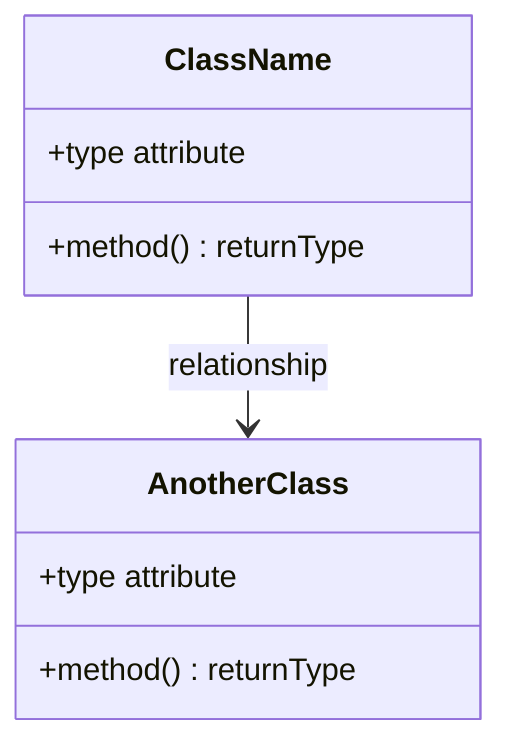
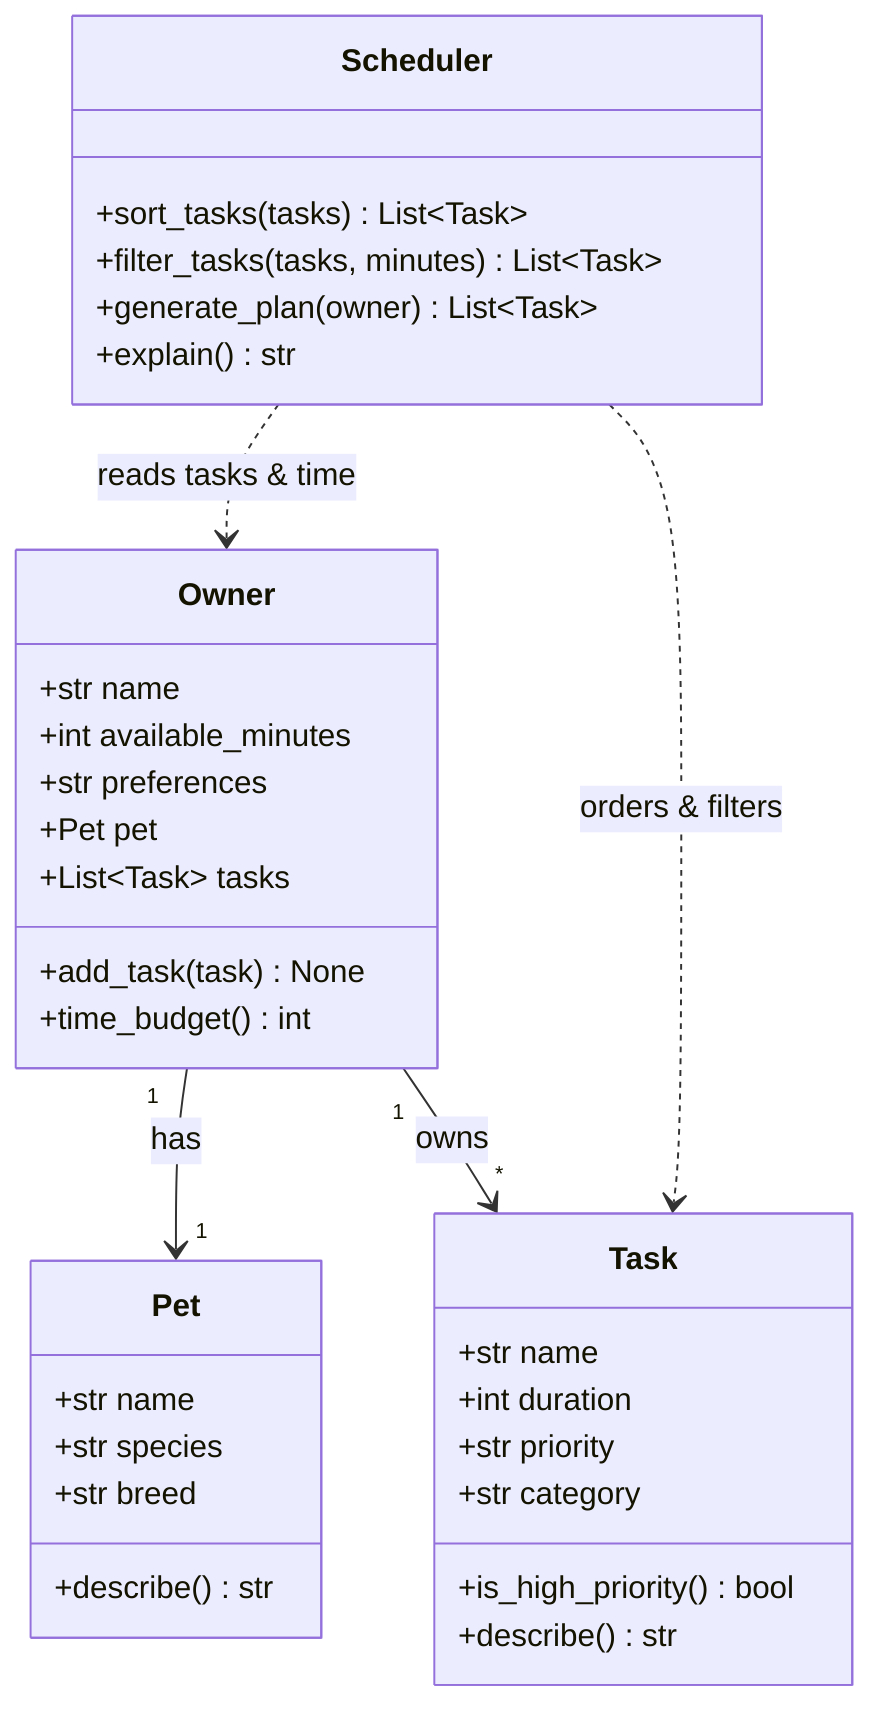
classDiagram
-     %% Replace the placeholders below with your actual classes, attributes, methods, and relationships.
-     %% Keep this file updated so it matches your final implementation.
+     %% PawPal+ class diagram (working draft — update in Phase 6 to match implementation)

-     class ClassName {
-         +type attribute
-         +method() returnType
+     class Pet {
+         +str name
+         +str species
+         +str breed
+         +describe() str
    }

-     class AnotherClass {
-         +type attribute
-         +method() returnType
+     class Owner {
+         +str name
+         +int available_minutes
+         +str preferences
+         +Pet pet
+         +List~Task~ tasks
+         +add_task(task) None
+         +time_budget() int
    }

-     ClassName --> AnotherClass : relationship
+     class Task {
+         +str name
+         +int duration
+         +str priority
+         +str category
+         +is_high_priority() bool
+         +describe() str
+     }
+ 
+     class Scheduler {
+         +sort_tasks(tasks) List~Task~
+         +filter_tasks(tasks, minutes) List~Task~
+         +generate_plan(owner) List~Task~
+         +explain() str
+     }
+ 
+     Owner "1" --> "1" Pet : has
+     Owner "1" --> "*" Task : owns
+     Scheduler ..> Owner : reads tasks & time
+     Scheduler ..> Task : orders & filters
